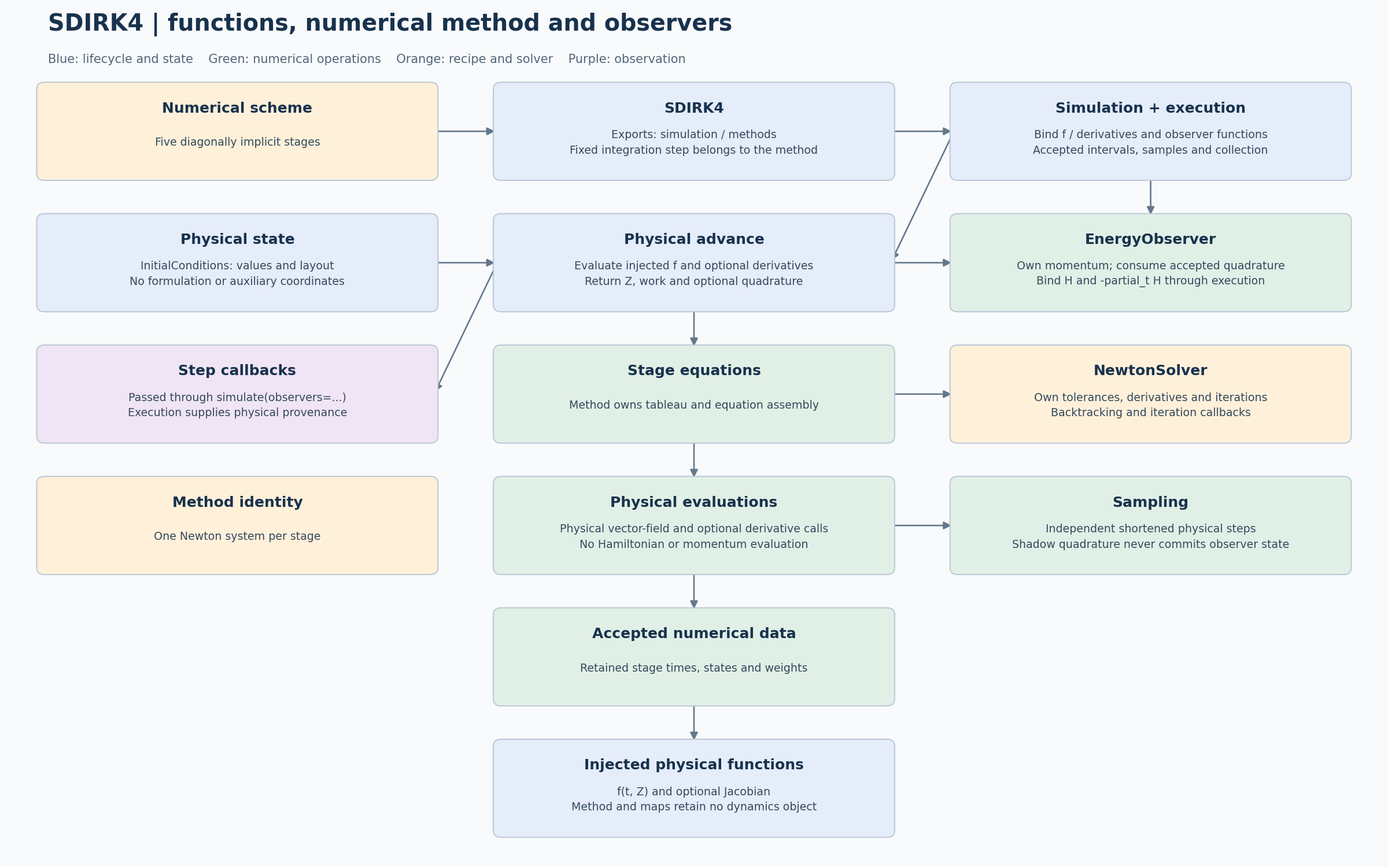
Earlier version of the PlantUML export docs/models/sdirk4/simulation/sdirk4-simulation-architecture.png (Jugibe-52/GC2D_intranet). Its source is kept beside it as docs/models/sdirk4/simulation/sdirk4-simulation-architecture.puml.
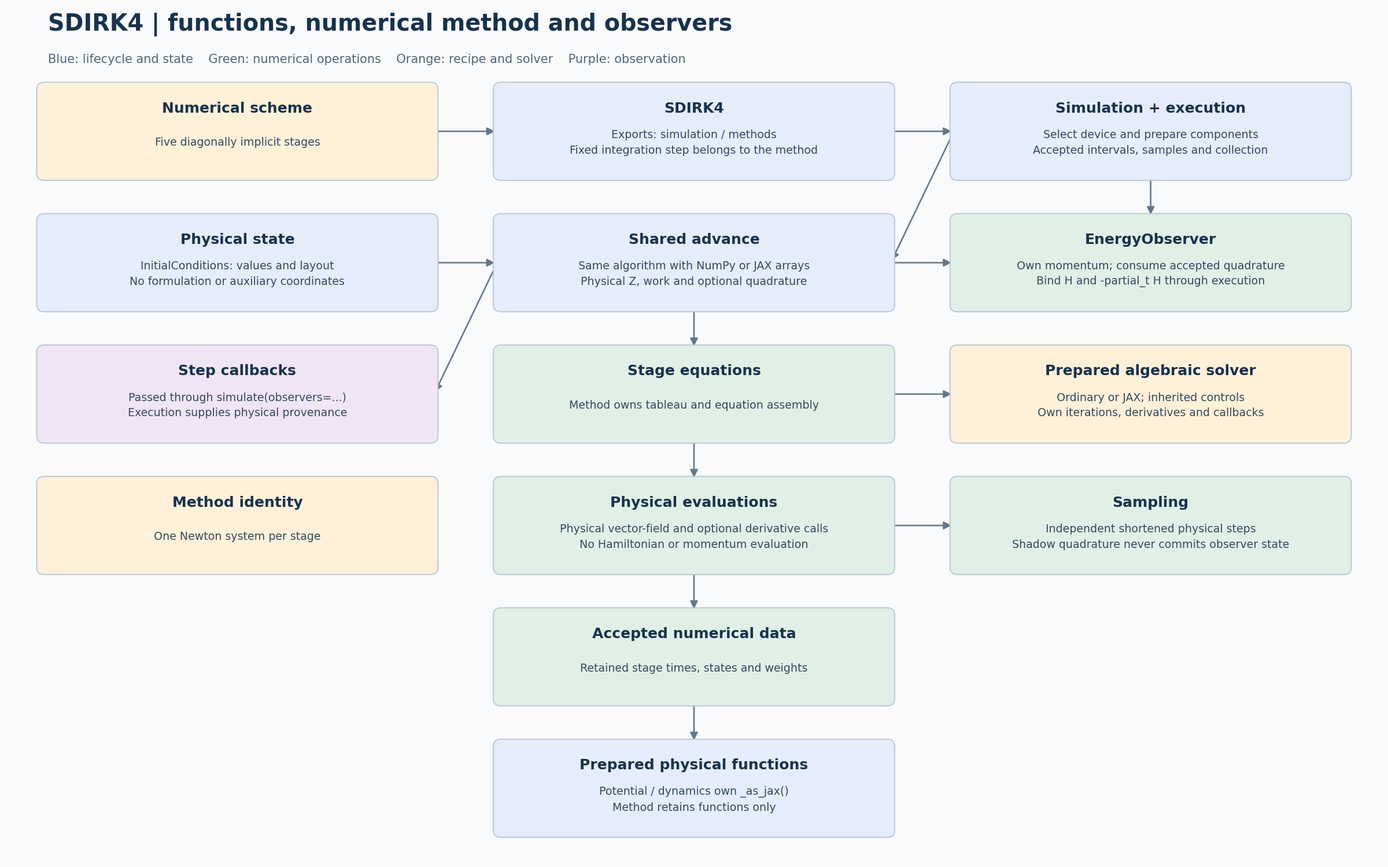
Later version of the same file.

Diff of the diagram source:
```diff
@@ -4,18 +4,18 @@
   node [shape=box, style="rounded,filled", fontname="DejaVu Sans"];
   recipe [label="Numerical scheme\nFive diagonally implicit stages", fillcolor="#fff0d9"];
   method [label="SDIRK4\nExports: simulation / methods\nFixed integration step belongs to the method", fillcolor="#e5ecfa"];
-  driver [label="Simulation + execution\nBind f / derivatives and observer functions\nAccepted intervals, samples and collection", fillcolor="#e5ecfa"];
+  driver [label="Simulation + execution\nSelect device and prepare components\nAccepted intervals, samples and collection", fillcolor="#e5ecfa"];
   state [label="Physical state\nInitialConditions: values and layout\nNo formulation or auxiliary coordinates", fillcolor="#e5ecfa"];
-  advance [label="Physical advance\nEvaluate injected f and optional derivatives\nReturn Z, work and optional quadrature", fillcolor="#e5ecfa"];
+  advance [label="Shared advance\nSame algorithm with NumPy or JAX arrays\nPhysical Z, work and optional quadrature", fillcolor="#e5ecfa"];
   energy [label="EnergyObserver\nOwn momentum; consume accepted quadrature\nBind H and -partial_t H through execution", fillcolor="#e1f0e6"];
   observe [label="Step callbacks\nPassed through simulate(observers=...)\nExecution supplies physical provenance", fillcolor="#f0e5f5"];
   projection [label="Stage equations\nMethod owns tableau and equation assembly", fillcolor="#e1f0e6"];
-  solver [label="NewtonSolver\nOwn tolerances, derivatives and iterations\nBacktracking and iteration callbacks", fillcolor="#fff0d9"];
+  solver [label="Prepared algebraic solver\nOrdinary or JAX; inherited controls\nOwn iterations, derivatives and callbacks", fillcolor="#fff0d9"];
   placement [label="Method identity\nOne Newton system per stage", fillcolor="#fff0d9"];
   compose [label="Physical evaluations\nPhysical vector-field and optional derivative calls\nNo Hamiltonian or momentum evaluation", fillcolor="#e1f0e6"];
   tangent [label="Sampling\nIndependent shortened physical steps\nShadow quadrature never commits observer state", fillcolor="#e1f0e6"];
   maps [label="Accepted numerical data\nRetained stage times, states and weights", fillcolor="#e1f0e6"];
-  dynamics [label="Injected physical functions\nf(t, Z) and optional Jacobian\nMethod and maps retain no dynamics object", fillcolor="#e5ecfa"];
+  dynamics [label="Prepared physical functions\nPotential / dynamics own _as_jax()\nMethod retains functions only", fillcolor="#e5ecfa"];
   recipe -> method;
   method -> driver;
   driver -> advance;
```
